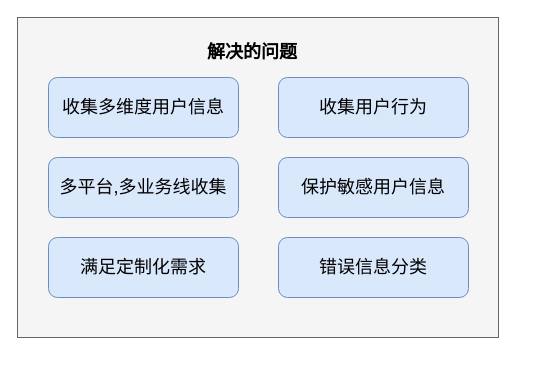
Above: 异常01.drawio in hottaiger/gitTest (draw.io), before the change. Source tidied: cells renumbered, new cells numbered last; positions are measured from the earlier drawing's top-left corner, leaving out a move shared by most shapes. Both pictures are drawn from the tidied source at 100%, with x=0, y=0 at pixel (17, 17).
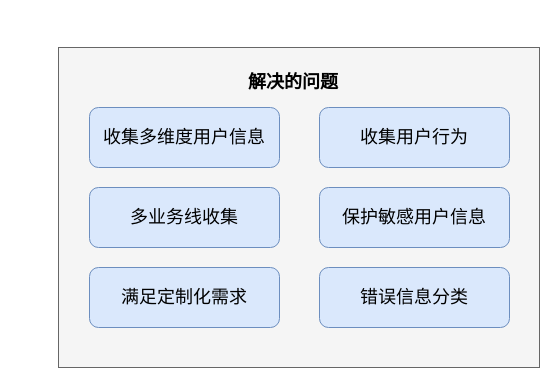
The same diagram, later.

What changed in the source:
```diff
@@
 <mxGraphModel>
   <root>
     <mxCell id="0" />
     <mxCell id="1" parent="0" />
+    <mxCell id="10" style="group;" parent="1" vertex="1">
+      <mxGeometry x="41" y="30" width="481" height="320" as="geometry" />
+    </mxCell>
-    <mxCell id="2" style="rounded=0;whiteSpace=wrap;html=1;fillColor=#f5f5f5;fontColor=#333333;strokeColor=#666666;" parent="1" vertex="1">
+    <mxCell id="2" style="rounded=0;whiteSpace=wrap;html=1;fillColor=#f5f5f5;fontColor=#333333;strokeColor=#666666;" parent="10" vertex="1">
       <mxGeometry width="481" height="320" as="geometry" />
     </mxCell>
-    <mxCell id="3" value="&lt;b style=&quot;font-size: 18px;&quot;&gt;&lt;font style=&quot;font-size: 18px;&quot;&gt;解决的问题&lt;/font&gt;&lt;/b&gt;" style="text;html=1;strokeColor=none;fillColor=none;align=center;verticalAlign=middle;whiteSpace=wrap;rounded=0;fontSize=18;" parent="1" vertex="1">
+    <mxCell id="3" value="&lt;b style=&quot;font-size: 18px;&quot;&gt;&lt;font style=&quot;font-size: 18px;&quot;&gt;解决的问题&lt;/font&gt;&lt;/b&gt;" style="text;html=1;strokeColor=none;fillColor=none;align=center;verticalAlign=middle;whiteSpace=wrap;rounded=0;fontSize=18;" parent="10" vertex="1">
       <mxGeometry x="180" y="20" width="110" height="30" as="geometry" />
     </mxCell>
-    <mxCell id="4" value="收集多维度用户信息" style="rounded=1;whiteSpace=wrap;html=1;fontSize=18;fillColor=#dae8fc;strokeColor=#6c8ebf;" parent="1" vertex="1">
+    <mxCell id="4" value="收集多维度用户信息" style="rounded=1;whiteSpace=wrap;html=1;fontSize=18;fillColor=#dae8fc;strokeColor=#6c8ebf;" parent="10" vertex="1">
       <mxGeometry x="31" y="60" width="190" height="60" as="geometry" />
     </mxCell>
-    <mxCell id="5" value="收集用户行为" style="rounded=1;whiteSpace=wrap;html=1;fontSize=18;fillColor=#dae8fc;strokeColor=#6c8ebf;" parent="1" vertex="1">
+    <mxCell id="5" value="收集用户行为" style="rounded=1;whiteSpace=wrap;html=1;fontSize=18;fillColor=#dae8fc;strokeColor=#6c8ebf;" parent="10" vertex="1">
       <mxGeometry x="261" y="60" width="190" height="60" as="geometry" />
     </mxCell>
-    <mxCell id="6" value="多平台,多业务线收集" style="rounded=1;whiteSpace=wrap;html=1;fontSize=18;fillColor=#dae8fc;strokeColor=#6c8ebf;" parent="1" vertex="1">
+    <mxCell id="6" value="多业务线收集" style="rounded=1;whiteSpace=wrap;html=1;fontSize=18;fillColor=#dae8fc;strokeColor=#6c8ebf;" parent="10" vertex="1">
       <mxGeometry x="31" y="140" width="190" height="60" as="geometry" />
     </mxCell>
-    <mxCell id="7" value="保护敏感用户信息" style="rounded=1;whiteSpace=wrap;html=1;fontSize=18;fillColor=#dae8fc;strokeColor=#6c8ebf;" parent="1" vertex="1">
+    <mxCell id="7" value="保护敏感用户信息" style="rounded=1;whiteSpace=wrap;html=1;fontSize=18;fillColor=#dae8fc;strokeColor=#6c8ebf;" parent="10" vertex="1">
       <mxGeometry x="261" y="140" width="190" height="60" as="geometry" />
     </mxCell>
-    <mxCell id="8" value="满足定制化需求" style="rounded=1;whiteSpace=wrap;html=1;fontSize=18;fillColor=#dae8fc;strokeColor=#6c8ebf;" parent="1" vertex="1">
+    <mxCell id="8" value="满足定制化需求" style="rounded=1;whiteSpace=wrap;html=1;fontSize=18;fillColor=#dae8fc;strokeColor=#6c8ebf;" parent="10" vertex="1">
       <mxGeometry x="31" y="220" width="190" height="60" as="geometry" />
     </mxCell>
-    <mxCell id="9" value="错误信息分类" style="rounded=1;whiteSpace=wrap;html=1;fontSize=18;fillColor=#dae8fc;strokeColor=#6c8ebf;" parent="1" vertex="1">
+    <mxCell id="9" value="错误信息分类" style="rounded=1;whiteSpace=wrap;html=1;fontSize=18;fillColor=#dae8fc;strokeColor=#6c8ebf;" parent="10" vertex="1">
       <mxGeometry x="261" y="220" width="190" height="60" as="geometry" />
     </mxCell>
   </root>
 </mxGraphModel>
```
